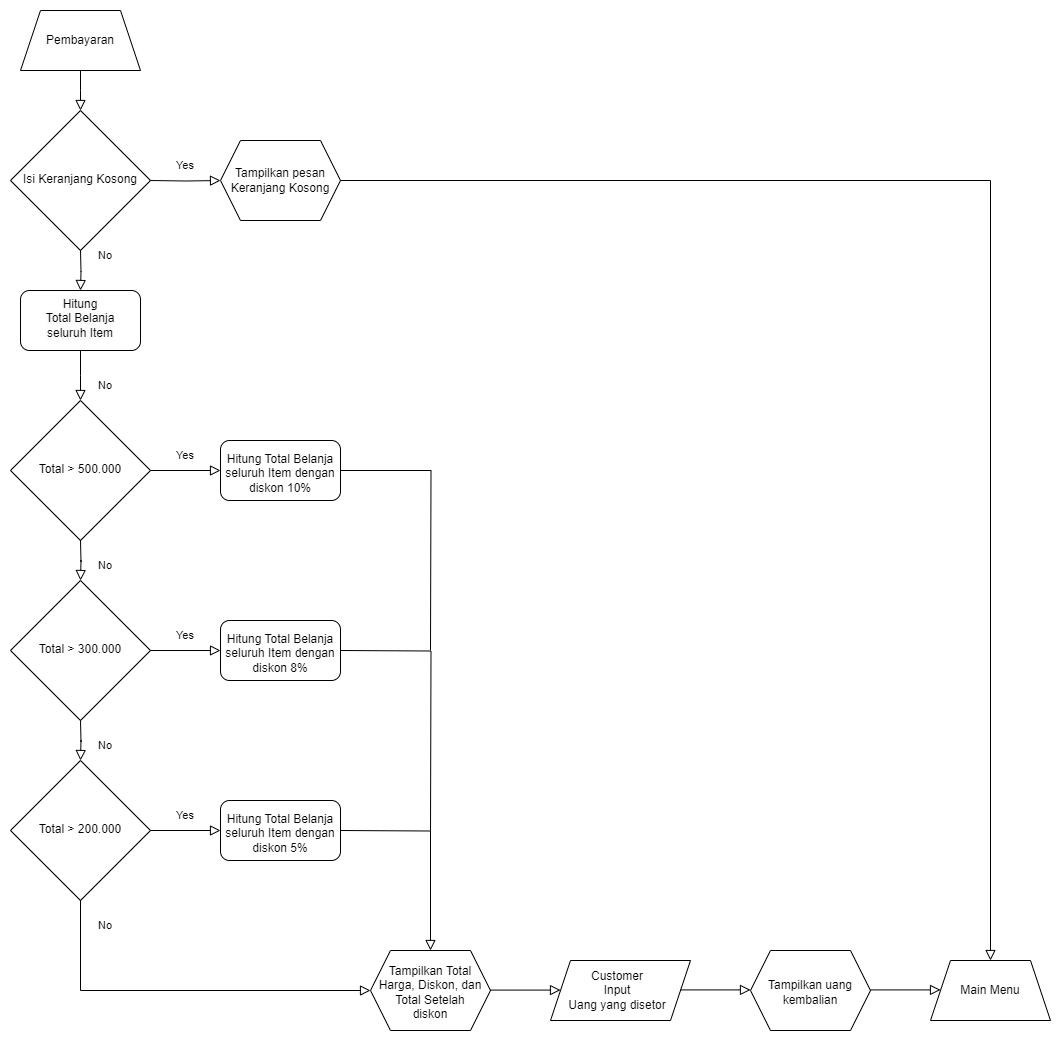
Earlier version of the draw.io export Flowchart/Totalbelanja.drawio.png (scofieId16/Super-Cashier). Source tidied: cells renumbered, new cells last; positions are measured from the earlier drawing's top-left corner, leaving out a move shared by most shapes. The source it was exported from:
```xml
<mxGraphModel>
  <root>
    <mxCell id="0" />
    <mxCell id="1" parent="0" />
    <mxCell id="2" style="edgeStyle=orthogonalEdgeStyle;rounded=0;jettySize=auto;html=1;exitX=0.5;exitY=1;exitDx=0;exitDy=0;entryX=0.5;entryY=0;entryDx=0;entryDy=0;strokeColor=none;" parent="1" edge="1" source="3">
      <mxGeometry relative="1" as="geometry">
        <mxPoint x="70" y="100" as="targetPoint" />
      </mxGeometry>
    </mxCell>
    <mxCell id="3" value="Pembayaran" style="shape=trapezoid;perimeter=trapezoidPerimeter;whiteSpace=wrap;html=1;fixedSize=1;labelBackgroundColor=none;" parent="1" vertex="1">
      <mxGeometry x="10" width="120" height="60" as="geometry" />
    </mxCell>
    <mxCell id="4" style="rounded=0;html=1;jettySize=auto;fontSize=11;endArrow=block;endFill=0;endSize=8;strokeWidth=1;shadow=0;labelBackgroundColor=none;edgeStyle=orthogonalEdgeStyle;exitX=0.5;exitY=1;exitDx=0;exitDy=0;fontColor=default;entryX=0.5;entryY=0;entryDx=0;entryDy=0;" parent="1" edge="1" source="3">
      <mxGeometry relative="1" as="geometry">
        <mxPoint x="70" y="100" as="targetPoint" />
      </mxGeometry>
    </mxCell>
    <mxCell id="5" value="Isi Keranjang Kosong" style="rhombus;whiteSpace=wrap;html=1;shadow=0;fontFamily=Helvetica;fontSize=12;align=center;strokeWidth=1;spacing=6;spacingTop=-3;labelBackgroundColor=none;" parent="1" vertex="1">
      <mxGeometry y="100" width="140" height="140" as="geometry" />
    </mxCell>
    <mxCell id="6" style="rounded=0;html=1;jettySize=auto;fontSize=11;endArrow=block;endFill=0;endSize=8;strokeWidth=1;shadow=0;labelBackgroundColor=none;edgeStyle=orthogonalEdgeStyle;fontColor=default;entryX=0;entryY=0.5;entryDx=0;entryDy=0;exitX=1;exitY=0.5;exitDx=0;exitDy=0;" parent="1" edge="1" target="7">
      <mxGeometry relative="1" as="geometry">
        <mxPoint x="140" y="170" as="sourcePoint" />
      </mxGeometry>
    </mxCell>
    <mxCell id="7" value="Tampilkan pesan &lt;br&gt;Keranjang Kosong" style="shape=hexagon;perimeter=hexagonPerimeter2;whiteSpace=wrap;html=1;fixedSize=1;labelBackgroundColor=none;" parent="1" vertex="1">
      <mxGeometry x="210" y="130" width="120" height="80" as="geometry" />
    </mxCell>
    <mxCell id="8" value="&lt;span style=&quot;font-size: 11px;&quot;&gt;Yes&lt;/span&gt;" style="text;html=1;strokeColor=none;fillColor=none;align=center;verticalAlign=middle;whiteSpace=wrap;rounded=0;labelBackgroundColor=none;" parent="1" vertex="1">
      <mxGeometry x="160" y="140" width="30" height="30" as="geometry" />
    </mxCell>
    <mxCell id="9" style="rounded=0;html=1;jettySize=auto;fontSize=11;endArrow=block;endFill=0;endSize=8;strokeWidth=1;shadow=0;labelBackgroundColor=none;edgeStyle=orthogonalEdgeStyle;fontColor=default;entryX=0.5;entryY=0;entryDx=0;entryDy=0;exitX=0.5;exitY=1;exitDx=0;exitDy=0;" parent="1" edge="1" target="30">
      <mxGeometry relative="1" as="geometry">
        <mxPoint x="70" y="240" as="sourcePoint" />
      </mxGeometry>
    </mxCell>
    <mxCell id="10" value="&lt;span style=&quot;font-size: 11px;&quot;&gt;No&lt;/span&gt;" style="text;html=1;strokeColor=none;fillColor=none;align=center;verticalAlign=middle;whiteSpace=wrap;rounded=0;labelBackgroundColor=none;" parent="1" vertex="1">
      <mxGeometry x="80" y="230" width="30" height="30" as="geometry" />
    </mxCell>
    <mxCell id="11" value="Main Menu" style="shape=trapezoid;perimeter=trapezoidPerimeter;whiteSpace=wrap;html=1;fixedSize=1;labelBackgroundColor=none;" parent="1" vertex="1">
      <mxGeometry x="920" y="950" width="120" height="60" as="geometry" />
    </mxCell>
    <mxCell id="12" style="rounded=0;html=1;jettySize=auto;fontSize=11;endArrow=block;endFill=0;endSize=8;strokeWidth=1;shadow=0;labelBackgroundColor=none;edgeStyle=orthogonalEdgeStyle;exitX=1;exitY=0.5;exitDx=0;exitDy=0;fontColor=default;entryX=0.5;entryY=0;entryDx=0;entryDy=0;" parent="1" edge="1" source="7" target="11">
      <mxGeometry relative="1" as="geometry">
        <Array as="points">
          <mxPoint x="980" y="170" />
        </Array>
      </mxGeometry>
    </mxCell>
    <mxCell id="13" style="rounded=0;html=1;jettySize=auto;fontSize=11;endArrow=block;endFill=0;endSize=8;strokeWidth=1;shadow=0;labelBackgroundColor=none;edgeStyle=orthogonalEdgeStyle;exitX=0.5;exitY=1;exitDx=0;exitDy=0;fontColor=default;entryX=0.5;entryY=0;entryDx=0;entryDy=0;" parent="1" edge="1" source="30">
      <mxGeometry relative="1" as="geometry">
        <mxPoint x="70" y="390" as="targetPoint" />
      </mxGeometry>
    </mxCell>
    <mxCell id="14" value="Total &amp;gt; 500.000" style="rhombus;whiteSpace=wrap;html=1;shadow=0;fontFamily=Helvetica;fontSize=12;align=center;strokeWidth=1;spacing=6;spacingTop=-3;labelBackgroundColor=none;" parent="1" vertex="1">
      <mxGeometry y="390" width="140" height="140" as="geometry" />
    </mxCell>
    <mxCell id="15" style="rounded=0;html=1;jettySize=auto;orthogonalLoop=1;fontSize=11;endArrow=block;endFill=0;endSize=8;strokeWidth=1;shadow=0;labelBackgroundColor=none;edgeStyle=orthogonalEdgeStyle;fontColor=default;entryX=0;entryY=0.5;entryDx=0;entryDy=0;exitX=1;exitY=0.5;exitDx=0;exitDy=0;" parent="1" edge="1">
      <mxGeometry relative="1" as="geometry">
        <mxPoint x="140" y="460" as="sourcePoint" />
        <mxPoint x="210" y="460" as="targetPoint" />
      </mxGeometry>
    </mxCell>
    <mxCell id="16" value="&lt;span style=&quot;font-size: 11px;&quot;&gt;Yes&lt;/span&gt;" style="text;html=1;strokeColor=none;fillColor=none;align=center;verticalAlign=middle;whiteSpace=wrap;rounded=0;labelBackgroundColor=none;" parent="1" vertex="1">
      <mxGeometry x="160" y="430" width="30" height="30" as="geometry" />
    </mxCell>
    <mxCell id="17" style="rounded=0;html=1;jettySize=auto;orthogonalLoop=1;fontSize=11;endArrow=block;endFill=0;endSize=8;strokeWidth=1;shadow=0;labelBackgroundColor=none;edgeStyle=orthogonalEdgeStyle;exitX=0.5;exitY=1;exitDx=0;exitDy=0;fontColor=default;entryX=0.5;entryY=0;entryDx=0;entryDy=0;" parent="1" edge="1">
      <mxGeometry relative="1" as="geometry">
        <mxPoint x="70" y="530" as="sourcePoint" />
        <mxPoint x="70" y="570" as="targetPoint" />
      </mxGeometry>
    </mxCell>
    <mxCell id="18" value="Total &amp;gt; 300.000" style="rhombus;whiteSpace=wrap;html=1;shadow=0;fontFamily=Helvetica;fontSize=12;align=center;strokeWidth=1;spacing=6;spacingTop=-3;labelBackgroundColor=none;" parent="1" vertex="1">
      <mxGeometry y="570" width="140" height="140" as="geometry" />
    </mxCell>
    <mxCell id="19" value="&lt;span style=&quot;font-size: 11px;&quot;&gt;No&lt;/span&gt;" style="text;html=1;strokeColor=none;fillColor=none;align=center;verticalAlign=middle;whiteSpace=wrap;rounded=0;labelBackgroundColor=none;" parent="1" vertex="1">
      <mxGeometry x="80" y="360" width="30" height="30" as="geometry" />
    </mxCell>
    <mxCell id="20" value="&lt;span style=&quot;font-size: 11px;&quot;&gt;No&lt;/span&gt;" style="text;html=1;strokeColor=none;fillColor=none;align=center;verticalAlign=middle;whiteSpace=wrap;rounded=0;labelBackgroundColor=none;" parent="1" vertex="1">
      <mxGeometry x="80" y="540" width="30" height="30" as="geometry" />
    </mxCell>
    <mxCell id="21" style="rounded=0;html=1;jettySize=auto;orthogonalLoop=1;fontSize=11;endArrow=block;endFill=0;endSize=8;strokeWidth=1;shadow=0;labelBackgroundColor=none;edgeStyle=orthogonalEdgeStyle;fontColor=default;entryX=0;entryY=0.5;entryDx=0;entryDy=0;exitX=1;exitY=0.5;exitDx=0;exitDy=0;" parent="1" edge="1">
      <mxGeometry relative="1" as="geometry">
        <mxPoint x="140" y="640" as="sourcePoint" />
        <mxPoint x="210" y="640" as="targetPoint" />
      </mxGeometry>
    </mxCell>
    <mxCell id="22" value="&lt;span style=&quot;font-size: 11px;&quot;&gt;Yes&lt;/span&gt;" style="text;html=1;strokeColor=none;fillColor=none;align=center;verticalAlign=middle;whiteSpace=wrap;rounded=0;labelBackgroundColor=none;" parent="1" vertex="1">
      <mxGeometry x="160" y="610" width="30" height="30" as="geometry" />
    </mxCell>
    <mxCell id="23" style="rounded=0;html=1;jettySize=auto;orthogonalLoop=1;fontSize=11;endArrow=block;endFill=0;endSize=8;strokeWidth=1;shadow=0;labelBackgroundColor=none;edgeStyle=orthogonalEdgeStyle;exitX=0.5;exitY=1;exitDx=0;exitDy=0;fontColor=default;entryX=0.5;entryY=0;entryDx=0;entryDy=0;" parent="1" edge="1">
      <mxGeometry relative="1" as="geometry">
        <mxPoint x="70" y="710" as="sourcePoint" />
        <mxPoint x="70" y="750" as="targetPoint" />
      </mxGeometry>
    </mxCell>
    <mxCell id="24" value="Total &amp;gt; 200.000" style="rhombus;whiteSpace=wrap;html=1;shadow=0;fontFamily=Helvetica;fontSize=12;align=center;strokeWidth=1;spacing=6;spacingTop=-3;labelBackgroundColor=none;" parent="1" vertex="1">
      <mxGeometry y="750" width="140" height="140" as="geometry" />
    </mxCell>
    <mxCell id="25" value="&lt;span style=&quot;font-size: 11px;&quot;&gt;No&lt;/span&gt;" style="text;html=1;strokeColor=none;fillColor=none;align=center;verticalAlign=middle;whiteSpace=wrap;rounded=0;labelBackgroundColor=none;" parent="1" vertex="1">
      <mxGeometry x="80" y="720" width="30" height="30" as="geometry" />
    </mxCell>
    <mxCell id="26" style="rounded=0;html=1;jettySize=auto;orthogonalLoop=1;fontSize=11;endArrow=block;endFill=0;endSize=8;strokeWidth=1;shadow=0;labelBackgroundColor=none;edgeStyle=orthogonalEdgeStyle;fontColor=default;entryX=0;entryY=0.5;entryDx=0;entryDy=0;exitX=1;exitY=0.5;exitDx=0;exitDy=0;" parent="1" edge="1">
      <mxGeometry relative="1" as="geometry">
        <mxPoint x="140" y="820" as="sourcePoint" />
        <mxPoint x="210" y="820" as="targetPoint" />
      </mxGeometry>
    </mxCell>
    <mxCell id="27" value="&lt;span style=&quot;font-size: 11px;&quot;&gt;Yes&lt;/span&gt;" style="text;html=1;strokeColor=none;fillColor=none;align=center;verticalAlign=middle;whiteSpace=wrap;rounded=0;labelBackgroundColor=none;" parent="1" vertex="1">
      <mxGeometry x="160" y="790" width="30" height="30" as="geometry" />
    </mxCell>
    <mxCell id="28" style="rounded=0;html=1;jettySize=auto;fontSize=11;endArrow=block;endFill=0;endSize=8;strokeWidth=1;shadow=0;labelBackgroundColor=none;edgeStyle=orthogonalEdgeStyle;exitX=0.5;exitY=1;exitDx=0;exitDy=0;fontColor=default;entryX=0;entryY=0.5;entryDx=0;entryDy=0;" parent="1" edge="1" target="34">
      <mxGeometry relative="1" as="geometry">
        <mxPoint x="70" y="890" as="sourcePoint" />
        <Array as="points">
          <mxPoint x="70" y="980" />
        </Array>
      </mxGeometry>
    </mxCell>
    <mxCell id="29" value="&lt;span style=&quot;font-size: 11px;&quot;&gt;No&lt;/span&gt;" style="text;html=1;strokeColor=none;fillColor=none;align=center;verticalAlign=middle;whiteSpace=wrap;rounded=0;labelBackgroundColor=none;" parent="1" vertex="1">
      <mxGeometry x="80" y="900" width="30" height="30" as="geometry" />
    </mxCell>
    <mxCell id="30" value="&#10;&lt;span style=&quot;color: rgb(0, 0, 0); font-family: Helvetica; font-size: 12px; font-style: normal; font-variant-ligatures: normal; font-variant-caps: normal; font-weight: 400; letter-spacing: normal; orphans: 2; text-align: center; text-indent: 0px; text-transform: none; widows: 2; word-spacing: 0px; -webkit-text-stroke-width: 0px; background-color: rgb(251, 251, 251); text-decoration-thickness: initial; text-decoration-style: initial; text-decoration-color: initial; float: none; display: inline !important;&quot;&gt;Hitung&lt;/span&gt;&lt;br style=&quot;border-color: var(--border-color); color: rgb(0, 0, 0); font-family: Helvetica; font-size: 12px; font-style: normal; font-variant-ligatures: normal; font-variant-caps: normal; font-weight: 400; letter-spacing: normal; orphans: 2; text-align: center; text-indent: 0px; text-transform: none; widows: 2; word-spacing: 0px; -webkit-text-stroke-width: 0px; background-color: rgb(251, 251, 251); text-decoration-thickness: initial; text-decoration-style: initial; text-decoration-color: initial;&quot;&gt;&lt;span style=&quot;color: rgb(0, 0, 0); font-family: Helvetica; font-size: 12px; font-style: normal; font-variant-ligatures: normal; font-variant-caps: normal; font-weight: 400; letter-spacing: normal; orphans: 2; text-align: center; text-indent: 0px; text-transform: none; widows: 2; word-spacing: 0px; -webkit-text-stroke-width: 0px; background-color: rgb(251, 251, 251); text-decoration-thickness: initial; text-decoration-style: initial; text-decoration-color: initial; float: none; display: inline !important;&quot;&gt;Total Belanja&lt;/span&gt;&lt;br style=&quot;border-color: var(--border-color); color: rgb(0, 0, 0); font-family: Helvetica; font-size: 12px; font-style: normal; font-variant-ligatures: normal; font-variant-caps: normal; font-weight: 400; letter-spacing: normal; orphans: 2; text-align: center; text-indent: 0px; text-transform: none; widows: 2; word-spacing: 0px; -webkit-text-stroke-width: 0px; background-color: rgb(251, 251, 251); text-decoration-thickness: initial; text-decoration-style: initial; text-decoration-color: initial;&quot;&gt;&lt;span style=&quot;color: rgb(0, 0, 0); font-family: Helvetica; font-size: 12px; font-style: normal; font-variant-ligatures: normal; font-variant-caps: normal; font-weight: 400; letter-spacing: normal; orphans: 2; text-align: center; text-indent: 0px; text-transform: none; widows: 2; word-spacing: 0px; -webkit-text-stroke-width: 0px; background-color: rgb(251, 251, 251); text-decoration-thickness: initial; text-decoration-style: initial; text-decoration-color: initial; float: none; display: inline !important;&quot;&gt;seluruh Item&lt;/span&gt;&#10;&#10;" style="rounded=1;whiteSpace=wrap;html=1;spacing=0;spacingTop=9;" parent="1" vertex="1">
      <mxGeometry x="10" y="280" width="120" height="60" as="geometry" />
    </mxCell>
    <mxCell id="31" value="Hitung Total Belanja&lt;br style=&quot;border-color: var(--border-color);&quot;&gt;seluruh Item dengan diskon 10%" style="rounded=1;whiteSpace=wrap;html=1;spacing=0;spacingTop=6;" parent="1" vertex="1">
      <mxGeometry x="210" y="430" width="120" height="60" as="geometry" />
    </mxCell>
    <mxCell id="32" value="Hitung Total Belanja&lt;br style=&quot;border-color: var(--border-color);&quot;&gt;seluruh Item dengan diskon 8%" style="rounded=1;whiteSpace=wrap;html=1;spacing=0;spacingTop=6;" parent="1" vertex="1">
      <mxGeometry x="210" y="610" width="120" height="60" as="geometry" />
    </mxCell>
    <mxCell id="33" value="Hitung Total Belanja&lt;br style=&quot;border-color: var(--border-color);&quot;&gt;seluruh Item dengan diskon 5%" style="rounded=1;whiteSpace=wrap;html=1;spacing=0;spacingTop=6;" parent="1" vertex="1">
      <mxGeometry x="210" y="790" width="120" height="60" as="geometry" />
    </mxCell>
    <mxCell id="34" value="Tampilkan Total Harga, Diskon, dan Total Setelah &lt;br&gt;diskon" style="shape=hexagon;perimeter=hexagonPerimeter2;whiteSpace=wrap;html=1;fixedSize=1;labelBackgroundColor=none;spacingBottom=-4;" parent="1" vertex="1">
      <mxGeometry x="360" y="940" width="120" height="80" as="geometry" />
    </mxCell>
    <mxCell id="35" value="Customer&lt;br&gt;Input &lt;br&gt;Uang yang disetor" style="shape=parallelogram;perimeter=parallelogramPerimeter;whiteSpace=wrap;html=1;fixedSize=1;spacingRight=6;" parent="1" vertex="1">
      <mxGeometry x="540" y="950" width="140" height="60" as="geometry" />
    </mxCell>
    <mxCell id="36" style="rounded=0;html=1;jettySize=auto;orthogonalLoop=1;fontSize=11;endArrow=block;endFill=0;endSize=8;strokeWidth=1;shadow=0;labelBackgroundColor=none;edgeStyle=orthogonalEdgeStyle;fontColor=default;entryX=0;entryY=0.5;entryDx=0;entryDy=0;exitX=1;exitY=0.5;exitDx=0;exitDy=0;" parent="1" edge="1">
      <mxGeometry relative="1" as="geometry">
        <mxPoint x="480" y="979.6" as="sourcePoint" />
        <mxPoint x="550" y="979.6" as="targetPoint" />
      </mxGeometry>
    </mxCell>
    <mxCell id="37" value="Tampilkan uang kembalian" style="shape=hexagon;perimeter=hexagonPerimeter2;whiteSpace=wrap;html=1;fixedSize=1;labelBackgroundColor=none;spacingBottom=-4;" parent="1" vertex="1">
      <mxGeometry x="740" y="940" width="120" height="80" as="geometry" />
    </mxCell>
    <mxCell id="38" style="rounded=0;html=1;jettySize=auto;orthogonalLoop=1;fontSize=11;endArrow=block;endFill=0;endSize=8;strokeWidth=1;shadow=0;labelBackgroundColor=none;edgeStyle=orthogonalEdgeStyle;fontColor=default;entryX=0;entryY=0.5;entryDx=0;entryDy=0;exitX=1;exitY=0.5;exitDx=0;exitDy=0;" parent="1" edge="1">
      <mxGeometry relative="1" as="geometry">
        <mxPoint x="670" y="979.4" as="sourcePoint" />
        <mxPoint x="740" y="979.4" as="targetPoint" />
      </mxGeometry>
    </mxCell>
    <mxCell id="39" style="rounded=0;html=1;jettySize=auto;orthogonalLoop=1;fontSize=11;endArrow=block;endFill=0;endSize=8;strokeWidth=1;shadow=0;labelBackgroundColor=none;edgeStyle=orthogonalEdgeStyle;fontColor=default;entryX=0;entryY=0.5;entryDx=0;entryDy=0;exitX=1;exitY=0.5;exitDx=0;exitDy=0;" parent="1" edge="1">
      <mxGeometry relative="1" as="geometry">
        <mxPoint x="860" y="979.4" as="sourcePoint" />
        <mxPoint x="930" y="979.4" as="targetPoint" />
      </mxGeometry>
    </mxCell>
    <mxCell id="40" style="rounded=0;html=1;jettySize=auto;fontSize=11;endArrow=block;endFill=0;endSize=8;strokeWidth=1;shadow=0;labelBackgroundColor=none;edgeStyle=orthogonalEdgeStyle;fontColor=default;entryX=0.5;entryY=0;entryDx=0;entryDy=0;exitX=1;exitY=0.5;exitDx=0;exitDy=0;" parent="1" edge="1" target="34">
      <mxGeometry relative="1" as="geometry">
        <mxPoint x="330" y="820" as="sourcePoint" />
      </mxGeometry>
    </mxCell>
    <mxCell id="41" style="rounded=0;html=1;jettySize=auto;orthogonalLoop=1;fontSize=11;endArrow=none;endFill=0;endSize=8;strokeWidth=1;shadow=0;labelBackgroundColor=none;edgeStyle=orthogonalEdgeStyle;fontColor=default;exitX=1;exitY=0.5;exitDx=0;exitDy=0;" parent="1" edge="1">
      <mxGeometry relative="1" as="geometry">
        <mxPoint x="330" y="640" as="sourcePoint" />
        <mxPoint x="420" y="820" as="targetPoint" />
      </mxGeometry>
    </mxCell>
    <mxCell id="42" style="rounded=0;html=1;jettySize=auto;fontSize=11;endArrow=none;endFill=0;endSize=8;strokeWidth=1;shadow=0;labelBackgroundColor=none;edgeStyle=orthogonalEdgeStyle;fontColor=default;entryX=0.5;entryY=0;entryDx=0;entryDy=0;exitX=1;exitY=0.5;exitDx=0;exitDy=0;" parent="1" edge="1" source="31">
      <mxGeometry relative="1" as="geometry">
        <mxPoint x="420" y="640" as="targetPoint" />
      </mxGeometry>
    </mxCell>
  </root>
</mxGraphModel>
```
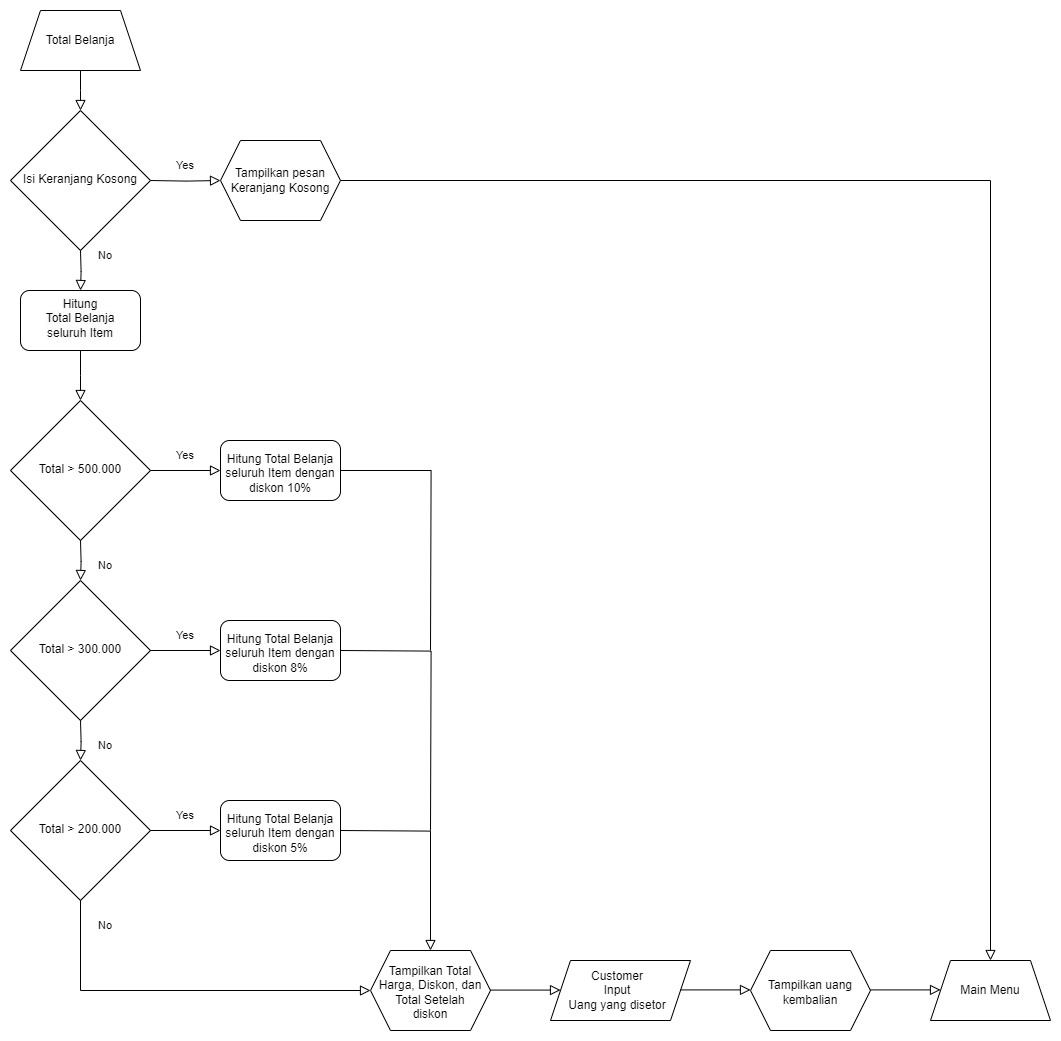
After the commit.

The edit, as a diff of the source:
```diff
@@ -7,7 +7,7 @@
         <mxPoint x="70" y="100" as="targetPoint" />
       </mxGeometry>
     </mxCell>
-    <mxCell id="3" value="Pembayaran" style="shape=trapezoid;perimeter=trapezoidPerimeter;whiteSpace=wrap;html=1;fixedSize=1;labelBackgroundColor=none;" parent="1" vertex="1">
+    <mxCell id="3" value="Total Belanja" style="shape=trapezoid;perimeter=trapezoidPerimeter;whiteSpace=wrap;html=1;fixedSize=1;labelBackgroundColor=none;" parent="1" vertex="1">
       <mxGeometry x="10" width="120" height="60" as="geometry" />
     </mxCell>
     <mxCell id="4" style="rounded=0;html=1;jettySize=auto;fontSize=11;endArrow=block;endFill=0;endSize=8;strokeWidth=1;shadow=0;labelBackgroundColor=none;edgeStyle=orthogonalEdgeStyle;exitX=0.5;exitY=1;exitDx=0;exitDy=0;fontColor=default;entryX=0.5;entryY=0;entryDx=0;entryDy=0;" parent="1" edge="1" source="3">
@@ -73,9 +73,6 @@
     <mxCell id="18" value="Total &amp;gt; 300.000" style="rhombus;whiteSpace=wrap;html=1;shadow=0;fontFamily=Helvetica;fontSize=12;align=center;strokeWidth=1;spacing=6;spacingTop=-3;labelBackgroundColor=none;" parent="1" vertex="1">
       <mxGeometry y="570" width="140" height="140" as="geometry" />
     </mxCell>
-    <mxCell id="19" value="&lt;span style=&quot;font-size: 11px;&quot;&gt;No&lt;/span&gt;" style="text;html=1;strokeColor=none;fillColor=none;align=center;verticalAlign=middle;whiteSpace=wrap;rounded=0;labelBackgroundColor=none;" parent="1" vertex="1">
-      <mxGeometry x="80" y="360" width="30" height="30" as="geometry" />
-    </mxCell>
     <mxCell id="20" value="&lt;span style=&quot;font-size: 11px;&quot;&gt;No&lt;/span&gt;" style="text;html=1;strokeColor=none;fillColor=none;align=center;verticalAlign=middle;whiteSpace=wrap;rounded=0;labelBackgroundColor=none;" parent="1" vertex="1">
       <mxGeometry x="80" y="540" width="30" height="30" as="geometry" />
     </mxCell>
```
